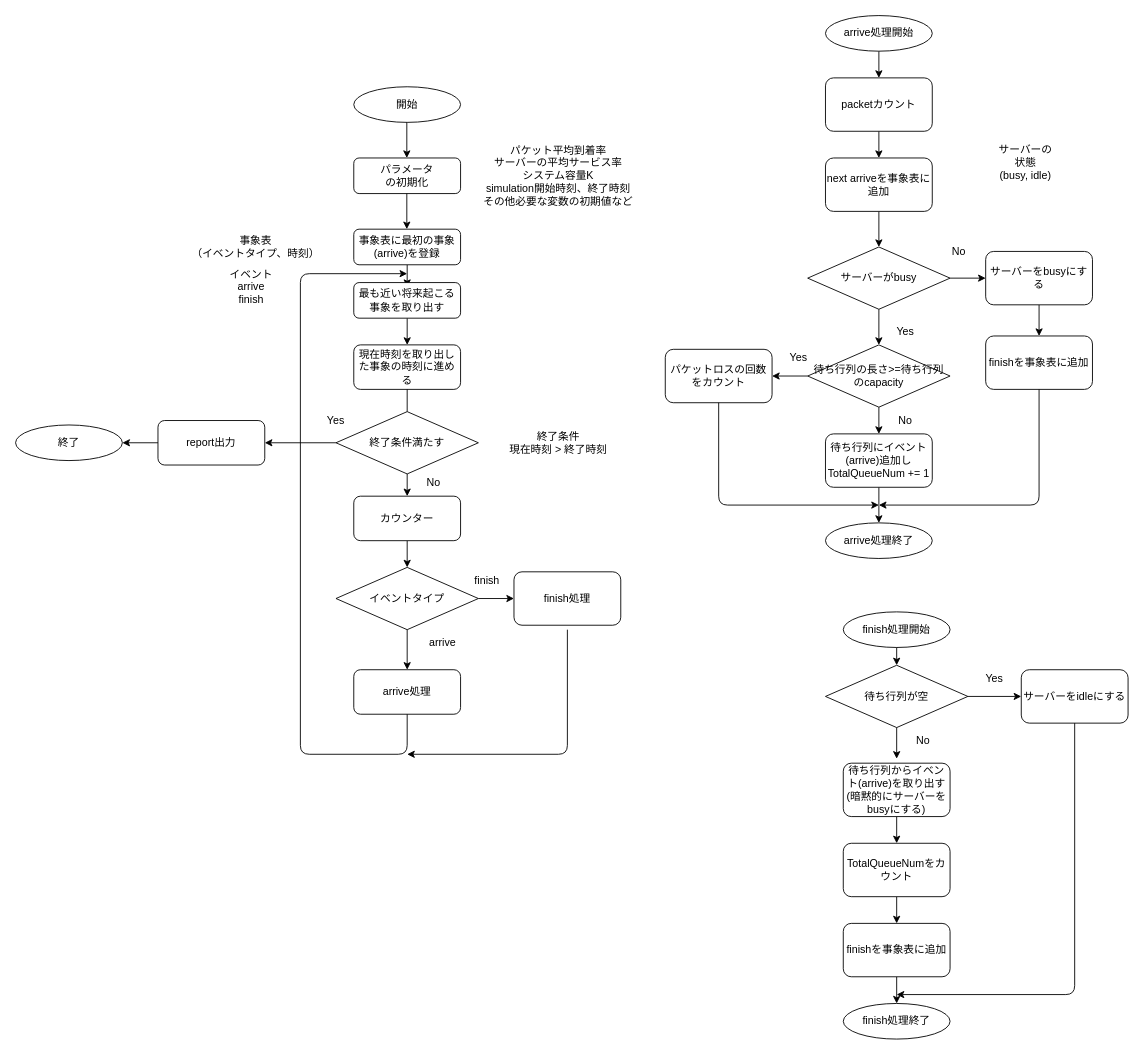
yagikota/network_simulatiton keeps this draw.io diagram as flow.dio. Above is the earlier version. Source tidied: cells renumbered, new cells numbered last; positions are measured from the earlier drawing's top-left corner, leaving out a move shared by most shapes. Both pictures are drawn from the tidied source at 89%, with x=0, y=0 at pixel (15, 15).
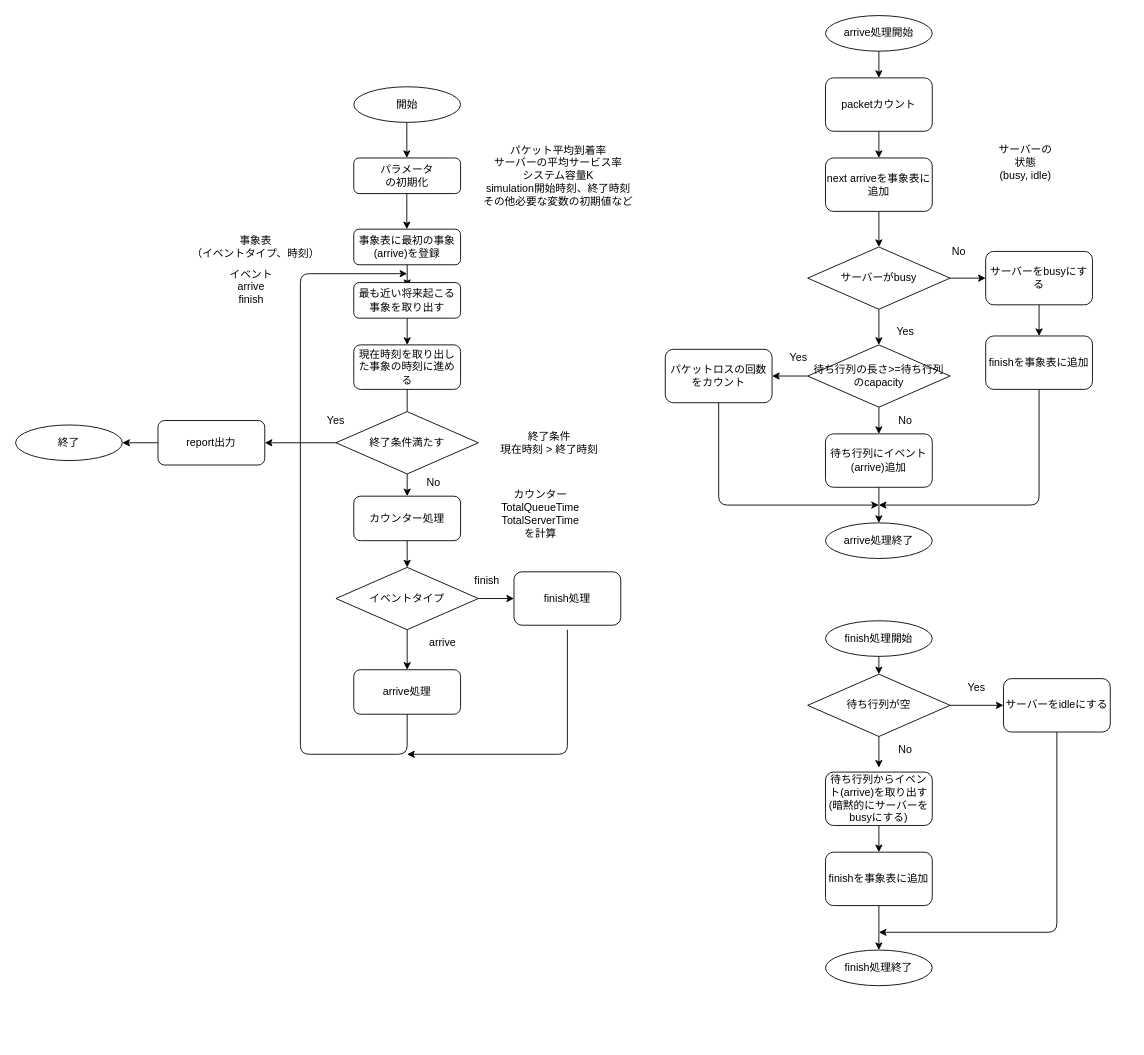
The same diagram, later.

Diff of the diagram source:
```diff
@@
-    <mxCell id="35" value="待ち行列にイベント(arrive)追加し&lt;br&gt;TotalQueueNum += 1" style="rounded=1;whiteSpace=wrap;html=1;strokeColor=default;" parent="1" vertex="1">
+    <mxCell id="35" value="待ち行列にイベント(arrive)追加" style="rounded=1;whiteSpace=wrap;html=1;strokeColor=default;" parent="1" vertex="1">
       <mxGeometry x="910" y="470" width="120" height="60" as="geometry" />
     </mxCell>
@@
     <mxCell id="48" style="edgeStyle=none;html=1;strokeColor=default;" parent="1" edge="1">
       <mxGeometry relative="1" as="geometry">
-        <mxPoint x="990" y="700" as="sourcePoint" />
-        <mxPoint x="990" y="730" as="targetPoint" />
+        <mxPoint x="970" y="710" as="sourcePoint" />
+        <mxPoint x="970" y="740" as="targetPoint" />
       </mxGeometry>
     </mxCell>
     <mxCell id="49" style="edgeStyle=none;html=1;exitX=1;exitY=0.5;exitDx=0;exitDy=0;strokeColor=default;" parent="1" edge="1" source="50">
       <mxGeometry relative="1" as="geometry">
-        <mxPoint x="1130" y="765" as="targetPoint" />
+        <mxPoint x="1110" y="775" as="targetPoint" />
       </mxGeometry>
     </mxCell>
     <mxCell id="50" value="待ち行列が空" style="rhombus;whiteSpace=wrap;html=1;strokeColor=default;" parent="1" vertex="1">
-      <mxGeometry x="910" y="730" width="160" height="70" as="geometry" />
+      <mxGeometry x="890" y="740" width="160" height="70" as="geometry" />
     </mxCell>
     <mxCell id="51" value="Yes" style="text;html=1;align=center;verticalAlign=middle;whiteSpace=wrap;rounded=0;strokeColor=none;" parent="1" vertex="1">
-      <mxGeometry x="1070" y="730" width="60" height="30" as="geometry" />
+      <mxGeometry x="1050" y="740" width="60" height="30" as="geometry" />
     </mxCell>
     <mxCell id="52" value="No" style="text;html=1;align=center;verticalAlign=middle;whiteSpace=wrap;rounded=0;strokeColor=none;" parent="1" vertex="1">
-      <mxGeometry x="990" y="800" width="60" height="30" as="geometry" />
+      <mxGeometry x="970" y="810" width="60" height="30" as="geometry" />
     </mxCell>
     <mxCell id="53" style="edgeStyle=none;html=1;strokeColor=default;" parent="1" edge="1">
       <mxGeometry relative="1" as="geometry">
-        <mxPoint x="990" y="800" as="sourcePoint" />
-        <mxPoint x="990" y="835" as="targetPoint" />
+        <mxPoint x="970" y="810" as="sourcePoint" />
+        <mxPoint x="970" y="845" as="targetPoint" />
       </mxGeometry>
     </mxCell>
     <mxCell id="54" value="finish処理開始" style="ellipse;whiteSpace=wrap;html=1;strokeColor=default;" parent="1" vertex="1">
-      <mxGeometry x="930" y="670" width="120" height="40" as="geometry" />
+      <mxGeometry x="910" y="680" width="120" height="40" as="geometry" />
     </mxCell>
     <mxCell id="55" value="サーバーをidleにする" style="rounded=1;whiteSpace=wrap;html=1;strokeColor=default;" parent="1" vertex="1">
-      <mxGeometry x="1130" y="735" width="120" height="60" as="geometry" />
+      <mxGeometry x="1110" y="745" width="120" height="60" as="geometry" />
     </mxCell>
     <mxCell id="56" style="edgeStyle=none;html=1;strokeColor=default;" parent="1" edge="1" source="57">
       <mxGeometry relative="1" as="geometry">
-        <mxPoint x="990" y="930" as="targetPoint" />
+        <mxPoint x="970" y="940" as="targetPoint" />
       </mxGeometry>
     </mxCell>
     <mxCell id="57" value="待ち行列からイベント(arrive)を取り出す&lt;br&gt;(暗黙的にサーバーをbusyにする)" style="rounded=1;whiteSpace=wrap;html=1;strokeColor=default;" parent="1" vertex="1">
-      <mxGeometry x="930" y="840" width="120" height="60" as="geometry" />
+      <mxGeometry x="910" y="850" width="120" height="60" as="geometry" />
     </mxCell>
     <mxCell id="58" value="finish処理終了" style="ellipse;whiteSpace=wrap;html=1;strokeColor=default;" parent="1" vertex="1">
-      <mxGeometry x="930" y="1110" width="120" height="40" as="geometry" />
+      <mxGeometry x="910" y="1050" width="120" height="40" as="geometry" />
     </mxCell>
-    <mxCell id="59" style="edgeStyle=none;html=1;" parent="1" edge="1" source="60" target="71">
-      <mxGeometry relative="1" as="geometry" />
-    </mxCell>
-    <mxCell id="60" value="TotalQueueNumをカウント" style="rounded=1;whiteSpace=wrap;html=1;strokeColor=default;" parent="1" vertex="1">
-      <mxGeometry x="930" y="930" width="120" height="60" as="geometry" />
-    </mxCell>
     <mxCell id="61" style="edgeStyle=none;html=1;exitX=0.5;exitY=1;exitDx=0;exitDy=0;strokeColor=default;" parent="1" edge="1" source="55">
       <mxGeometry relative="1" as="geometry">
-        <mxPoint x="990" y="1100" as="targetPoint" />
+        <mxPoint x="970" y="1030" as="targetPoint" />
         <Array as="points">
-          <mxPoint x="1190" y="1100" />
+          <mxPoint x="1170" y="1030" />
         </Array>
       </mxGeometry>
     </mxCell>
     <mxCell id="62" value="終了条件&lt;br&gt;現在時刻 &amp;gt; 終了時刻" style="text;html=1;align=center;verticalAlign=middle;whiteSpace=wrap;rounded=0;strokeColor=none;" parent="1" vertex="1">
-      <mxGeometry x="540" y="460" width="140" height="40" as="geometry" />
+      <mxGeometry x="530" y="460" width="140" height="40" as="geometry" />
     </mxCell>
@@
     <mxCell id="71" value="finishを事象表に追加" style="rounded=1;whiteSpace=wrap;html=1;strokeColor=default;" parent="1" vertex="1">
-      <mxGeometry x="930" y="1020" width="120" height="60" as="geometry" />
+      <mxGeometry x="910" y="940" width="120" height="60" as="geometry" />
     </mxCell>
@@
-    <mxCell id="76" value="カウンター" style="rounded=1;whiteSpace=wrap;html=1;strokeColor=default;" parent="1" vertex="1">
+    <mxCell id="76" value="カウンター処理" style="rounded=1;whiteSpace=wrap;html=1;strokeColor=default;" parent="1" vertex="1">
       <mxGeometry x="380" y="540" width="120" height="50" as="geometry" />
     </mxCell>
+    <mxCell id="77" value="カウンターTotalQueueTime&lt;br&gt;TotalServerTime&lt;br&gt;を計算" style="text;html=1;align=center;verticalAlign=middle;whiteSpace=wrap;rounded=0;strokeColor=none;" parent="1" vertex="1">
+      <mxGeometry x="520" y="540" width="140" height="40" as="geometry" />
+    </mxCell>
```
